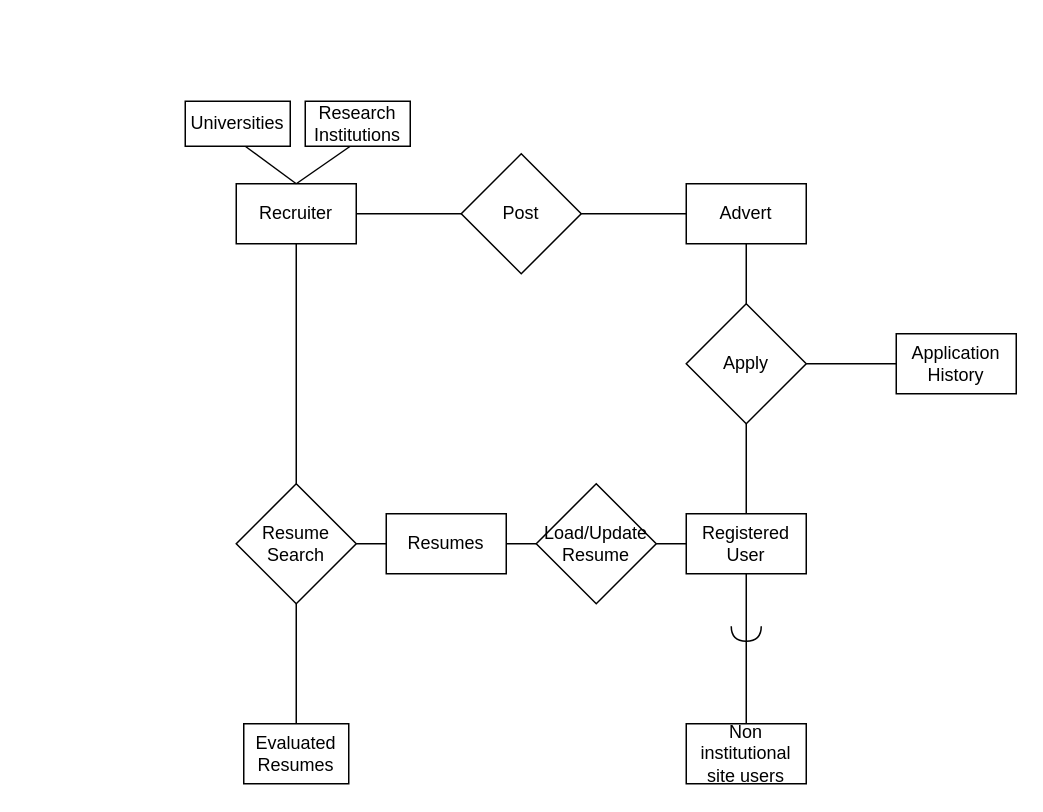
Earlier version of the draw.io diagram Untitled Diagram.drawio (elkesh/intro_to_database). Source tidied: cells renumbered, new cells numbered last; positions are measured from the earlier drawing's top-left corner, leaving out a move shared by most shapes. Both pictures are drawn from the tidied source at 150%, with x=0, y=0 at pixel (184, 100).
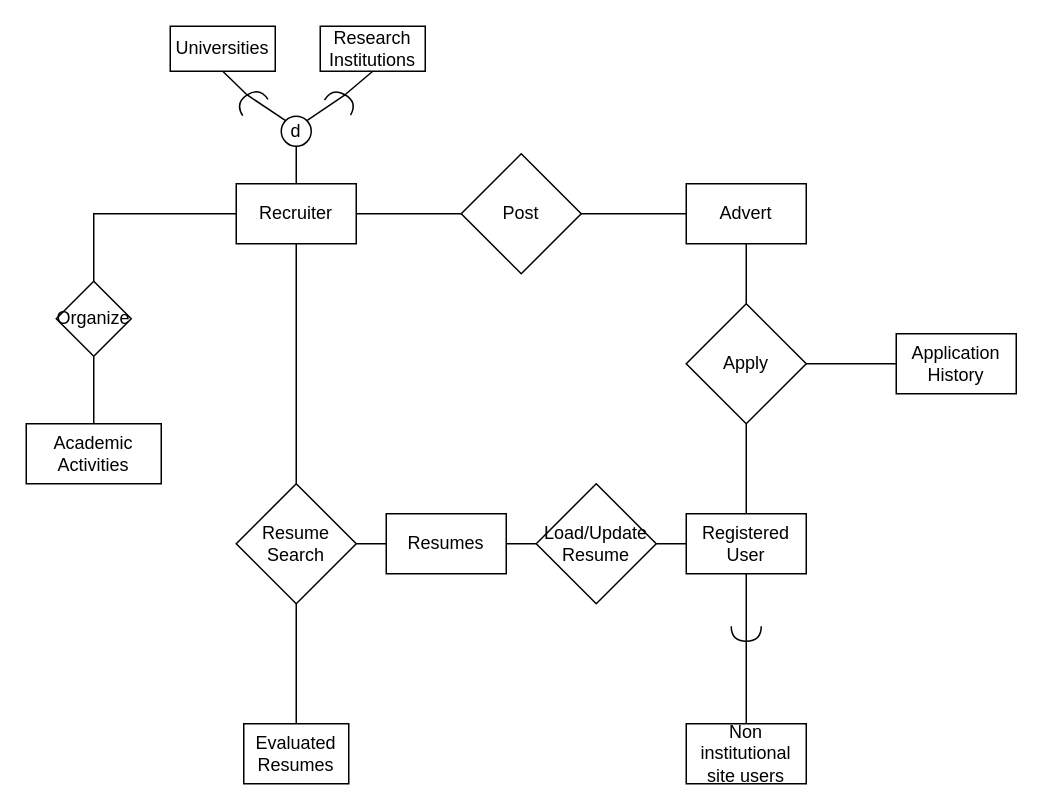
After the change.

Unchanged cells that the change refers to:
```xml
<mxCell id="2" value="Recruiter" style="rounded=0;whiteSpace=wrap;html=1;" parent="1" vertex="1">
  <mxGeometry x="34" y="55" width="80" height="40" as="geometry" />
</mxCell>
<mxCell id="17" value="Apply" style="rhombus;whiteSpace=wrap;html=1;" parent="1" vertex="1">
  <mxGeometry x="334" y="135" width="80" height="80" as="geometry" />
</mxCell>
<mxCell id="19" value="Application&lt;br&gt;History" style="rounded=0;whiteSpace=wrap;html=1;" parent="1" vertex="1">
  <mxGeometry x="474" y="155" width="80" height="40" as="geometry" />
</mxCell>
```

Change to the diagram source:
```diff
@@
-    <mxCell id="18" style="endArrow=none;html=1;rounded=0;exitX=1;exitY=0.5;exitDx=0;exitDy=0;" parent="1" edge="1" source="17">
-      <mxGeometry relative="1" as="geometry">
-        <mxPoint x="474" y="175" as="targetPoint" />
-      </mxGeometry>
-    </mxCell>
@@
-    <mxCell id="25" style="endArrow=none;html=1;rounded=0;exitX=0.5;exitY=0;exitDx=0;exitDy=0;" parent="1" edge="1" source="2">
-      <mxGeometry relative="1" as="geometry">
-        <mxPoint x="110" y="30" as="targetPoint" />
-      </mxGeometry>
-    </mxCell>
-    <mxCell id="26" style="endArrow=none;html=1;rounded=0;exitX=0.5;exitY=0;exitDx=0;exitDy=0;" parent="1" edge="1" source="2">
-      <mxGeometry relative="1" as="geometry">
-        <mxPoint x="40" y="30" as="targetPoint" />
-      </mxGeometry>
-    </mxCell>
     <mxCell id="27" value="Universities" style="rounded=0;whiteSpace=wrap;html=1;" parent="1" vertex="1">
-      <mxGeometry width="70" height="30" as="geometry" />
+      <mxGeometry x="-10" y="-50" width="70" height="30" as="geometry" />
     </mxCell>
     <mxCell id="28" value="Research&lt;br&gt;Institutions" style="rounded=0;whiteSpace=wrap;html=1;" parent="1" vertex="1">
-      <mxGeometry x="80" width="70" height="30" as="geometry" />
+      <mxGeometry x="90" y="-50" width="70" height="30" as="geometry" />
     </mxCell>
+    <mxCell id="29" style="endArrow=none;html=1;rounded=0;exitX=0.5;exitY=0;exitDx=0;exitDy=0;entryX=0.5;entryY=1;entryDx=0;entryDy=0;" parent="1" edge="1" source="2" target="30">
+      <mxGeometry relative="1" as="geometry" />
+    </mxCell>
+    <mxCell id="30" value="d" style="ellipse;whiteSpace=wrap;html=1;" parent="1" vertex="1">
+      <mxGeometry x="64" y="10" width="20" height="20" as="geometry" />
+    </mxCell>
+    <mxCell id="31" style="endArrow=none;html=1;rounded=0;exitX=1;exitY=0;exitDx=0;exitDy=0;entryX=1;entryY=0.5;entryDx=0;entryDy=0;entryPerimeter=0;" parent="1" edge="1" source="30" target="35">
+      <mxGeometry relative="1" as="geometry" />
+    </mxCell>
+    <mxCell id="32" style="endArrow=none;html=1;rounded=0;exitX=0;exitY=0;exitDx=0;exitDy=0;entryX=1;entryY=0.5;entryDx=0;entryDy=0;entryPerimeter=0;" parent="1" edge="1" source="30" target="33">
+      <mxGeometry relative="1" as="geometry" />
+    </mxCell>
+    <mxCell id="33" style="shape=requiredInterface;html=1;verticalLabelPosition=bottom;sketch=0;rotation=-123;" parent="1" vertex="1">
+      <mxGeometry x="39" y="-10" width="10" height="20" as="geometry" />
+    </mxCell>
+    <mxCell id="34" style="endArrow=none;html=1;rounded=0;exitX=1;exitY=0.5;exitDx=0;exitDy=0;exitPerimeter=0;entryX=0.5;entryY=1;entryDx=0;entryDy=0;" parent="1" edge="1" source="33" target="27">
+      <mxGeometry relative="1" as="geometry" />
+    </mxCell>
+    <mxCell id="35" style="shape=requiredInterface;html=1;verticalLabelPosition=bottom;sketch=0;rotation=-60;" parent="1" vertex="1">
+      <mxGeometry x="99" y="-10" width="10" height="20" as="geometry" />
+    </mxCell>
+    <mxCell id="36" style="endArrow=none;html=1;rounded=0;exitX=1;exitY=0.5;exitDx=0;exitDy=0;exitPerimeter=0;entryX=0.5;entryY=1;entryDx=0;entryDy=0;" parent="1" edge="1" source="35" target="28">
+      <mxGeometry relative="1" as="geometry" />
+    </mxCell>
+    <mxCell id="37" value="Academic&lt;br&gt;Activities" style="rounded=0;whiteSpace=wrap;html=1;" parent="1" vertex="1">
+      <mxGeometry x="-106" y="215" width="90" height="40" as="geometry" />
+    </mxCell>
+    <mxCell id="38" style="endArrow=none;html=1;rounded=0;entryX=0;entryY=0.5;entryDx=0;entryDy=0;exitX=1;exitY=0.5;exitDx=0;exitDy=0;" parent="1" edge="1" source="17" target="19">
+      <mxGeometry relative="1" as="geometry" />
+    </mxCell>
+    <mxCell id="39" value="Organize" style="rhombus;whiteSpace=wrap;html=1;" parent="1" vertex="1">
+      <mxGeometry x="-86" y="120" width="50" height="50" as="geometry" />
+    </mxCell>
+    <mxCell id="40" style="endArrow=none;html=1;rounded=0;entryX=0.5;entryY=1;entryDx=0;entryDy=0;exitX=0.5;exitY=0;exitDx=0;exitDy=0;" parent="1" edge="1" source="37" target="39">
+      <mxGeometry relative="1" as="geometry" />
+    </mxCell>
+    <mxCell id="41" style="endArrow=none;html=1;rounded=0;exitX=0.5;exitY=0;exitDx=0;exitDy=0;entryX=0;entryY=0.5;entryDx=0;entryDy=0;" parent="1" edge="1" source="39" target="2">
+      <mxGeometry relative="1" as="geometry">
+        <Array as="points">
+          <mxPoint x="-61" y="75" />
+        </Array>
+      </mxGeometry>
+    </mxCell>
```
